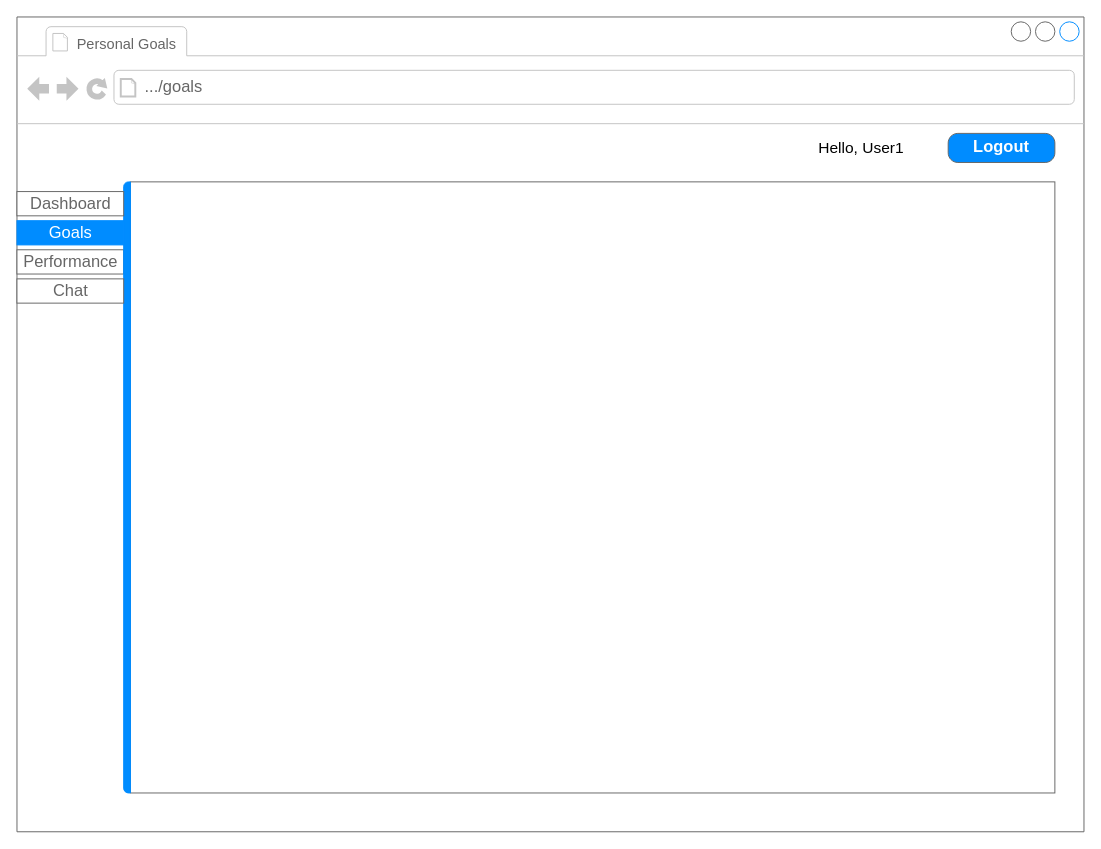
Earlier version of the draw.io diagram page "Personal Goals" (3 of 5) of LHL Final Project-signin & register.drawio (evaEZ/LHLFinalProject-wireframe). Source tidied: cells renumbered, new cells numbered last; positions are measured from the earlier drawing's top-left corner, leaving out a move shared by most shapes. Both pictures are drawn from the tidied source at 97%, with x=0, y=0 at pixel (16, 16).
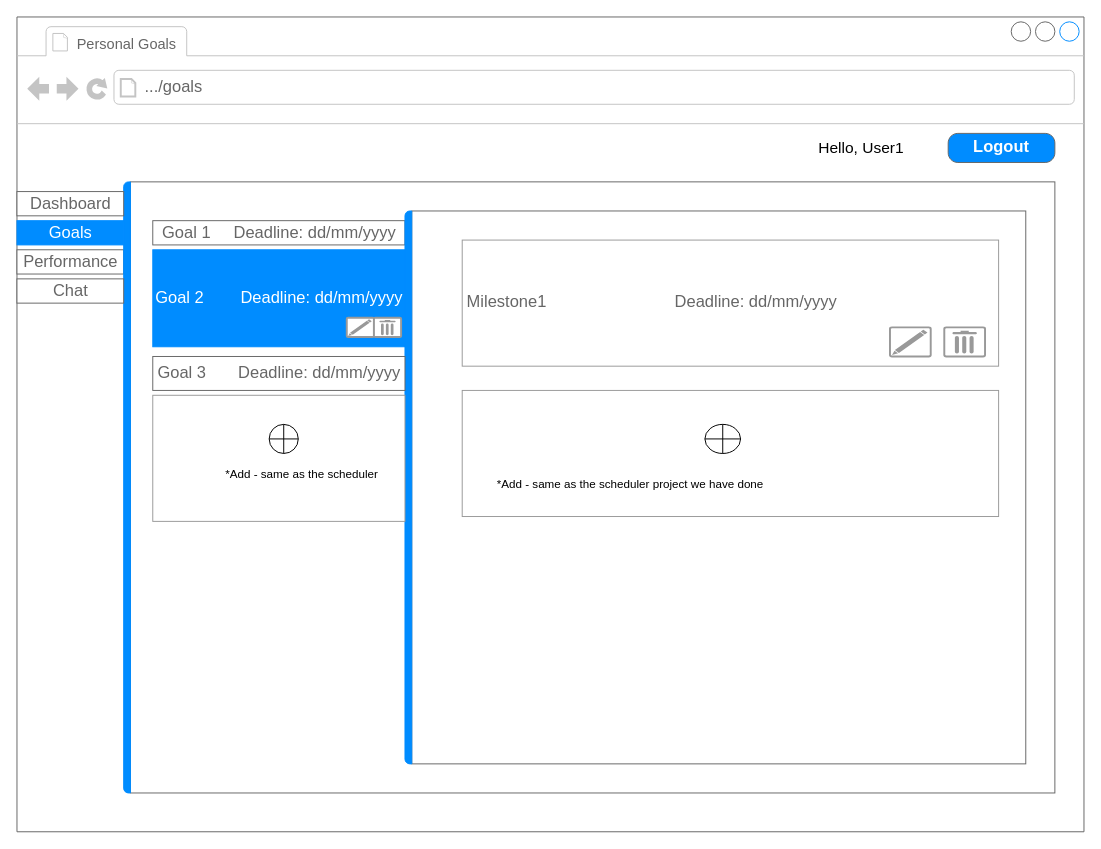
The same diagram, later.

The change refers to these unchanged cells:
```xml
<mxCell id="5" style="strokeWidth=1;shadow=0;dashed=0;align=center;html=1;shape=mxgraph.mockup.containers.marginRect2;rectMarginLeft=67;strokeColor=#666666;gradientColor=none;fontSize=15;" parent="2" vertex="1">
  <mxGeometry x="50" y="170" width="1020" height="630" as="geometry" />
</mxCell>
```

Change to the diagram source:
```diff
@@
+    <mxCell id="13" style="strokeWidth=1;shadow=0;dashed=0;align=center;html=1;shape=mxgraph.mockup.containers.marginRect2;rectMarginLeft=67;strokeColor=#666666;gradientColor=none;fontSize=16;" parent="5" vertex="1">
+      <mxGeometry x="290" y="30" width="700" height="570" as="geometry" />
+    </mxCell>
+    <mxCell id="14" value="Goal 1&amp;nbsp; &amp;nbsp; &amp;nbsp;Deadline: dd/mm/yyyy" style="strokeColor=inherit;fillColor=inherit;gradientColor=inherit;strokeWidth=1;shadow=0;dashed=0;align=center;html=1;shape=mxgraph.mockup.containers.rrect;rSize=0;fontSize=17;fontColor=#666666;" parent="13" vertex="1">
+      <mxGeometry width="260" height="25" relative="1" as="geometry">
+        <mxPoint x="-200" y="10" as="offset" />
+      </mxGeometry>
+    </mxCell>
+    <mxCell id="15" value="Goal 2&amp;nbsp; &amp;nbsp; &amp;nbsp; &amp;nbsp; Deadline: dd/mm/yyyy" style="strokeWidth=1;shadow=0;dashed=0;align=center;html=1;shape=mxgraph.mockup.containers.rrect;rSize=0;fontSize=17;fontColor=#ffffff;strokeColor=#008cff;fillColor=#008cff;" parent="13" vertex="1">
+      <mxGeometry width="260" height="100" relative="1" as="geometry">
+        <mxPoint x="-200" y="40" as="offset" />
+      </mxGeometry>
+    </mxCell>
+    <mxCell id="16" style="strokeWidth=1;shadow=0;dashed=0;align=center;html=1;shape=mxgraph.mockup.containers.leftButton;rSize=5;strokeColor=#008cff;fillColor=#008cff;" parent="13" vertex="1">
+      <mxGeometry width="7" height="570" relative="1" as="geometry">
+        <mxPoint x="60" as="offset" />
+      </mxGeometry>
+    </mxCell>
+    <mxCell id="17" style="strokeColor=#999999;verticalLabelPosition=bottom;shadow=0;dashed=0;verticalAlign=top;strokeWidth=2;html=1;shape=mxgraph.mockup.misc.editIcon;fontSize=16;" parent="13" vertex="1">
+      <mxGeometry y="110" width="28" height="20" as="geometry" />
+    </mxCell>
+    <mxCell id="18" style="strokeColor=#999999;verticalLabelPosition=bottom;shadow=0;dashed=0;verticalAlign=top;strokeWidth=2;html=1;shape=mxgraph.mockup.misc.trashcanIcon;fontSize=16;" parent="13" vertex="1">
+      <mxGeometry x="28" y="110" width="28" height="20" as="geometry" />
+    </mxCell>
+    <mxCell id="19" value="Milestone1&amp;nbsp; &amp;nbsp; &amp;nbsp; &amp;nbsp; &amp;nbsp; &amp;nbsp; &amp;nbsp; &amp;nbsp; &amp;nbsp; &amp;nbsp; &amp;nbsp; &amp;nbsp; &amp;nbsp; &amp;nbsp; Deadline: dd/mm/yyyy" style="strokeWidth=1;shadow=0;dashed=0;align=center;html=1;shape=mxgraph.mockup.forms.pwField;strokeColor=#999999;mainText=;align=left;fontColor=#666666;fontSize=17;spacingLeft=3;" parent="13" vertex="1">
+      <mxGeometry x="119" y="30" width="553" height="130" as="geometry" />
+    </mxCell>
+    <mxCell id="20" style="strokeColor=#999999;verticalLabelPosition=bottom;shadow=0;dashed=0;verticalAlign=top;strokeWidth=2;html=1;shape=mxgraph.mockup.misc.editIcon;fontSize=16;" parent="13" vertex="1">
+      <mxGeometry x="560" y="120" width="42" height="30" as="geometry" />
+    </mxCell>
+    <mxCell id="21" style="strokeColor=#999999;verticalLabelPosition=bottom;shadow=0;dashed=0;verticalAlign=top;strokeWidth=2;html=1;shape=mxgraph.mockup.misc.trashcanIcon;fontSize=16;" parent="13" vertex="1">
+      <mxGeometry x="616" y="120" width="42" height="30" as="geometry" />
+    </mxCell>
+    <mxCell id="22" style="strokeWidth=1;shadow=0;dashed=0;align=center;html=1;shape=mxgraph.mockup.forms.pwField;strokeColor=#999999;mainText=;align=left;fontColor=#666666;fontSize=17;spacingLeft=3;" parent="13" vertex="1">
+      <mxGeometry x="119" y="185" width="553" height="130" as="geometry" />
+    </mxCell>
+    <mxCell id="23" style="shape=orEllipse;perimeter=ellipsePerimeter;whiteSpace=wrap;html=1;backgroundOutline=1;fontSize=16;" parent="13" vertex="1">
+      <mxGeometry x="369.2" y="220" width="36.8" height="30" as="geometry" />
+    </mxCell>
+    <mxCell id="24" value="&lt;font style=&quot;font-size: 12px&quot;&gt;*Add - same as the scheduler project we have done&lt;/font&gt;" style="text;html=1;align=center;verticalAlign=middle;fillColor=none;strokeColor=none;rounded=0;fontSize=16;" parent="13" vertex="1">
+      <mxGeometry x="147" y="270" width="290" height="20" as="geometry" />
+    </mxCell>
+    <mxCell id="25" value="Goal 3&amp;nbsp; &amp;nbsp; &amp;nbsp; &amp;nbsp;Deadline: dd/mm/yyyy" style="strokeColor=inherit;fillColor=inherit;gradientColor=inherit;strokeWidth=1;shadow=0;dashed=0;align=center;html=1;shape=mxgraph.mockup.containers.rrect;rSize=0;fontSize=17;fontColor=#666666;" parent="5" vertex="1">
+      <mxGeometry width="260" height="35" relative="1" as="geometry">
+        <mxPoint x="90" y="180" as="offset" />
+      </mxGeometry>
+    </mxCell>
+    <mxCell id="26" style="strokeWidth=1;shadow=0;dashed=0;align=center;html=1;shape=mxgraph.mockup.forms.pwField;strokeColor=#999999;mainText=;align=left;fontColor=#666666;fontSize=17;spacingLeft=3;" parent="5" vertex="1">
+      <mxGeometry x="90" y="220" width="260" height="130" as="geometry" />
+    </mxCell>
+    <mxCell id="27" style="shape=orEllipse;perimeter=ellipsePerimeter;whiteSpace=wrap;html=1;backgroundOutline=1;fontSize=16;" parent="5" vertex="1">
+      <mxGeometry x="210" y="250" width="30" height="30" as="geometry" />
+    </mxCell>
+    <mxCell id="28" value="&lt;font style=&quot;font-size: 12px&quot;&gt;*Add - same as the scheduler&amp;nbsp;&lt;/font&gt;" style="text;html=1;align=center;verticalAlign=middle;fillColor=none;strokeColor=none;rounded=0;fontSize=16;" parent="5" vertex="1">
+      <mxGeometry x="155" y="290" width="180" height="20" as="geometry" />
+    </mxCell>
```
